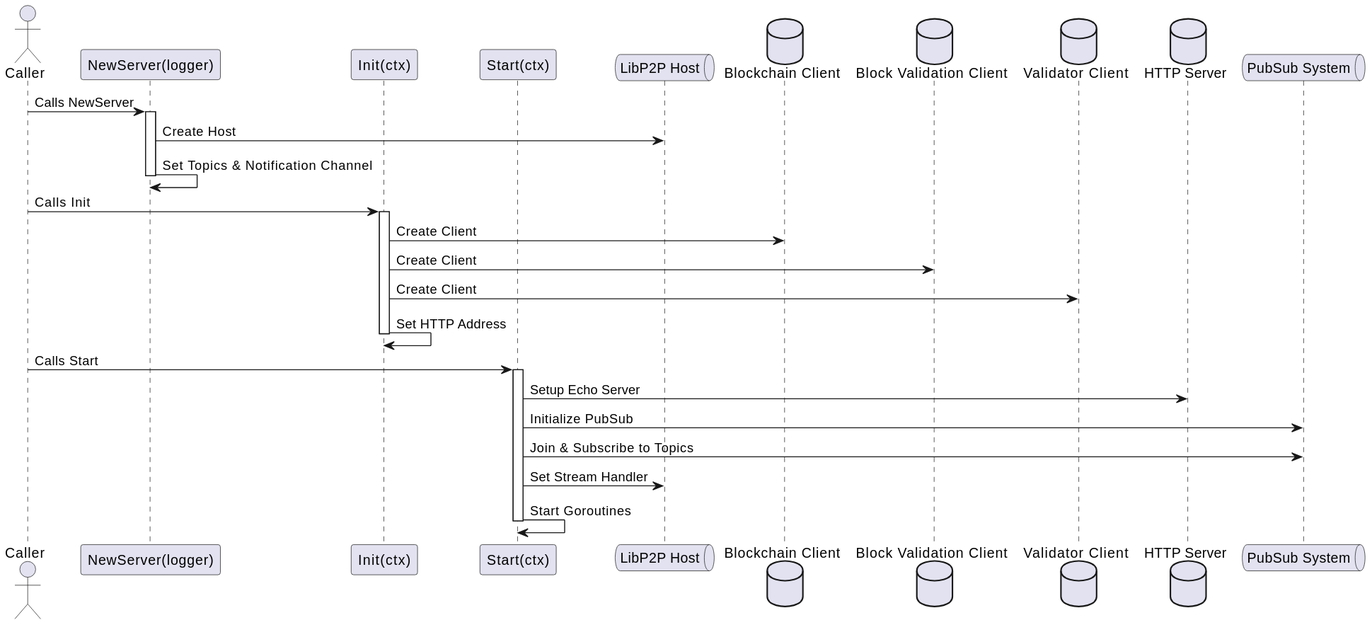
Above: docs/services/img/plantuml/p2p/p2p_create_init_start.svg in freemans13/teranode (PlantUML), before the change. Its source is kept beside it as docs/services/img/plantuml/p2p/p2p_create_init_start.puml. Source of this version:
```plantuml
@startuml
actor "Caller" as caller
participant "NewServer(logger)" as NewServer
participant "Init(ctx)" as Init
participant "Start(ctx)" as Start
queue "LibP2P Host" as LibP2P
database "Blockchain Client" as BlockchainClient
database "Block Validation Client" as BlockValidationClient
database "Validator Client" as ValidatorClient
database "HTTP Server" as HTTPServer
queue "PubSub System" as PubSub

caller -> NewServer: Calls NewServer
activate NewServer
NewServer -> LibP2P: Create Host
NewServer -> NewServer: Set Topics & Notification Channel
deactivate NewServer

caller -> Init: Calls Init
activate Init
Init -> BlockchainClient: Create Client
Init -> BlockValidationClient: Create Client
Init -> ValidatorClient: Create Client
Init -> Init: Set HTTP Address
deactivate Init

caller -> Start: Calls Start
activate Start
Start -> HTTPServer: Setup Echo Server
Start -> PubSub: Initialize PubSub
Start -> PubSub: Join & Subscribe to Topics
Start -> LibP2P: Set Stream Handler
Start -> Start: Start Goroutines
deactivate Start
@enduml
```
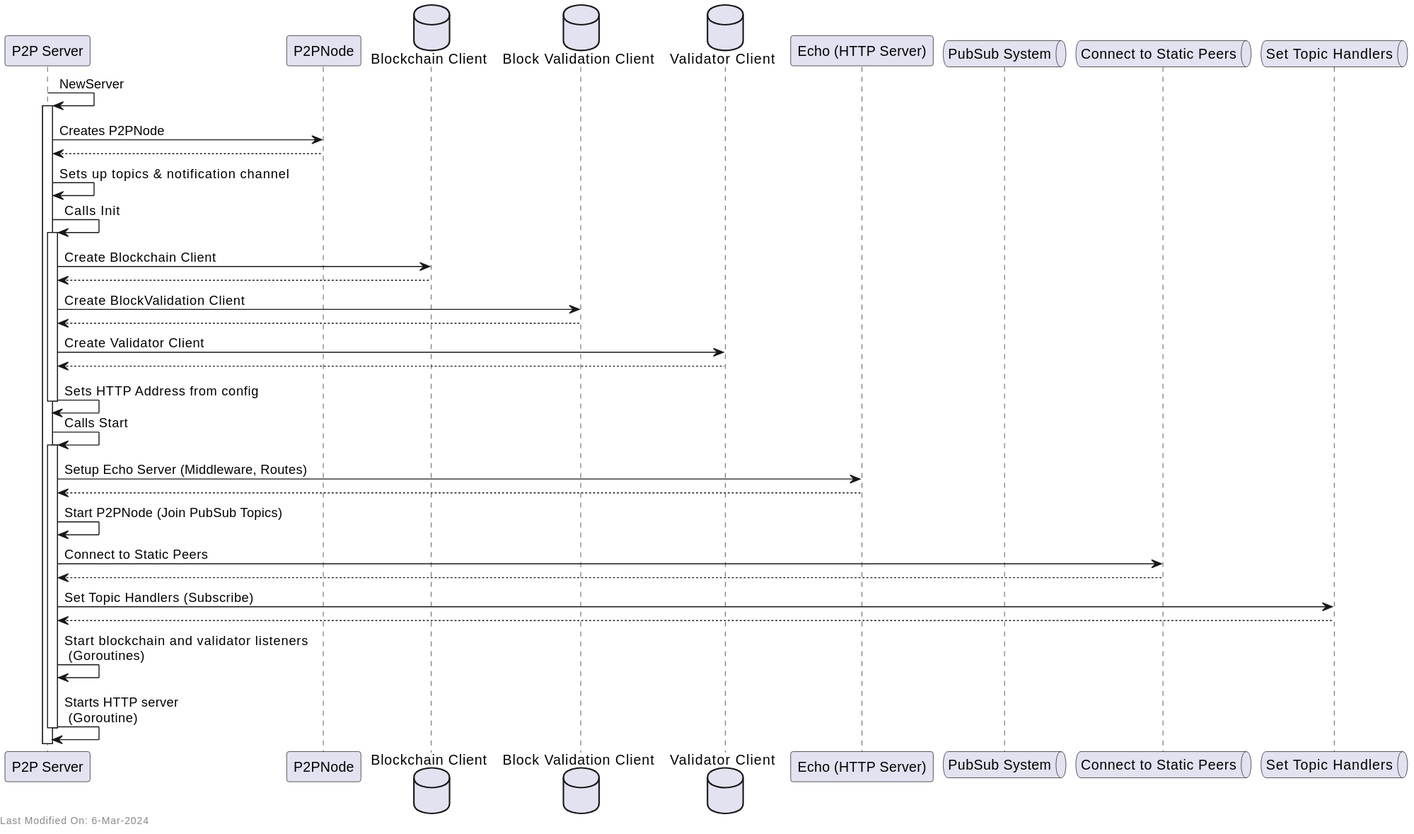
Above is the later version.

What changed in the source:
```diff
@@ -1,35 +1,47 @@
 @startuml
-actor "Caller" as caller
-participant "NewServer(logger)" as NewServer
-participant "Init(ctx)" as Init
-participant "Start(ctx)" as Start
-queue "LibP2P Host" as LibP2P
+participant "P2P Server" as P2PServer
+participant "P2PNode" as P2PNode
 database "Blockchain Client" as BlockchainClient
 database "Block Validation Client" as BlockValidationClient
 database "Validator Client" as ValidatorClient
-database "HTTP Server" as HTTPServer
+participant "Echo (HTTP Server)" as HTTPServer
 queue "PubSub System" as PubSub
+queue "Connect to Static Peers" as StaticPeers
+queue "Set Topic Handlers" as TopicHandlers
 
-caller -> NewServer: Calls NewServer
-activate NewServer
-NewServer -> LibP2P: Create Host
-NewServer -> NewServer: Set Topics & Notification Channel
-deactivate NewServer
+P2PServer -> P2PServer: NewServer
+activate P2PServer
 
-caller -> Init: Calls Init
-activate Init
-Init -> BlockchainClient: Create Client
-Init -> BlockValidationClient: Create Client
-Init -> ValidatorClient: Create Client
-Init -> Init: Set HTTP Address
-deactivate Init
+P2PServer -> P2PNode: Creates P2PNode
+P2PNode --> P2PServer
 
-caller -> Start: Calls Start
-activate Start
-Start -> HTTPServer: Setup Echo Server
-Start -> PubSub: Initialize PubSub
-Start -> PubSub: Join & Subscribe to Topics
-Start -> LibP2P: Set Stream Handler
-Start -> Start: Start Goroutines
-deactivate Start
+
+P2PServer -> P2PServer: Sets up topics & notification channel
+
+P2PServer -> P2PServer: Calls Init
+activate P2PServer
+P2PServer -> BlockchainClient: Create Blockchain Client
+BlockchainClient --> P2PServer
+P2PServer -> BlockValidationClient: Create BlockValidation Client
+BlockValidationClient --> P2PServer
+P2PServer -> ValidatorClient: Create Validator Client
+ValidatorClient --> P2PServer
+
+P2PServer -> P2PServer: Sets HTTP Address from config
+deactivate P2PServer
+
+P2PServer -> P2PServer: Calls Start
+activate P2PServer
+P2PServer -> HTTPServer: Setup Echo Server (Middleware, Routes)
+HTTPServer --> P2PServer
+P2PServer -> P2PServer: Start P2PNode (Join PubSub Topics)
+P2PServer -> StaticPeers: Connect to Static Peers
+StaticPeers --> P2PServer
+P2PServer -> TopicHandlers: Set Topic Handlers (Subscribe)
+TopicHandlers --> P2PServer
+P2PServer -> P2PServer: Start blockchain and validator listeners \n (Goroutines)
+P2PServer -> P2PServer: Starts HTTP server \n (Goroutine)
+deactivate P2PServer
+
+left footer Last Modified On: 6-Mar-2024
 @enduml
```
